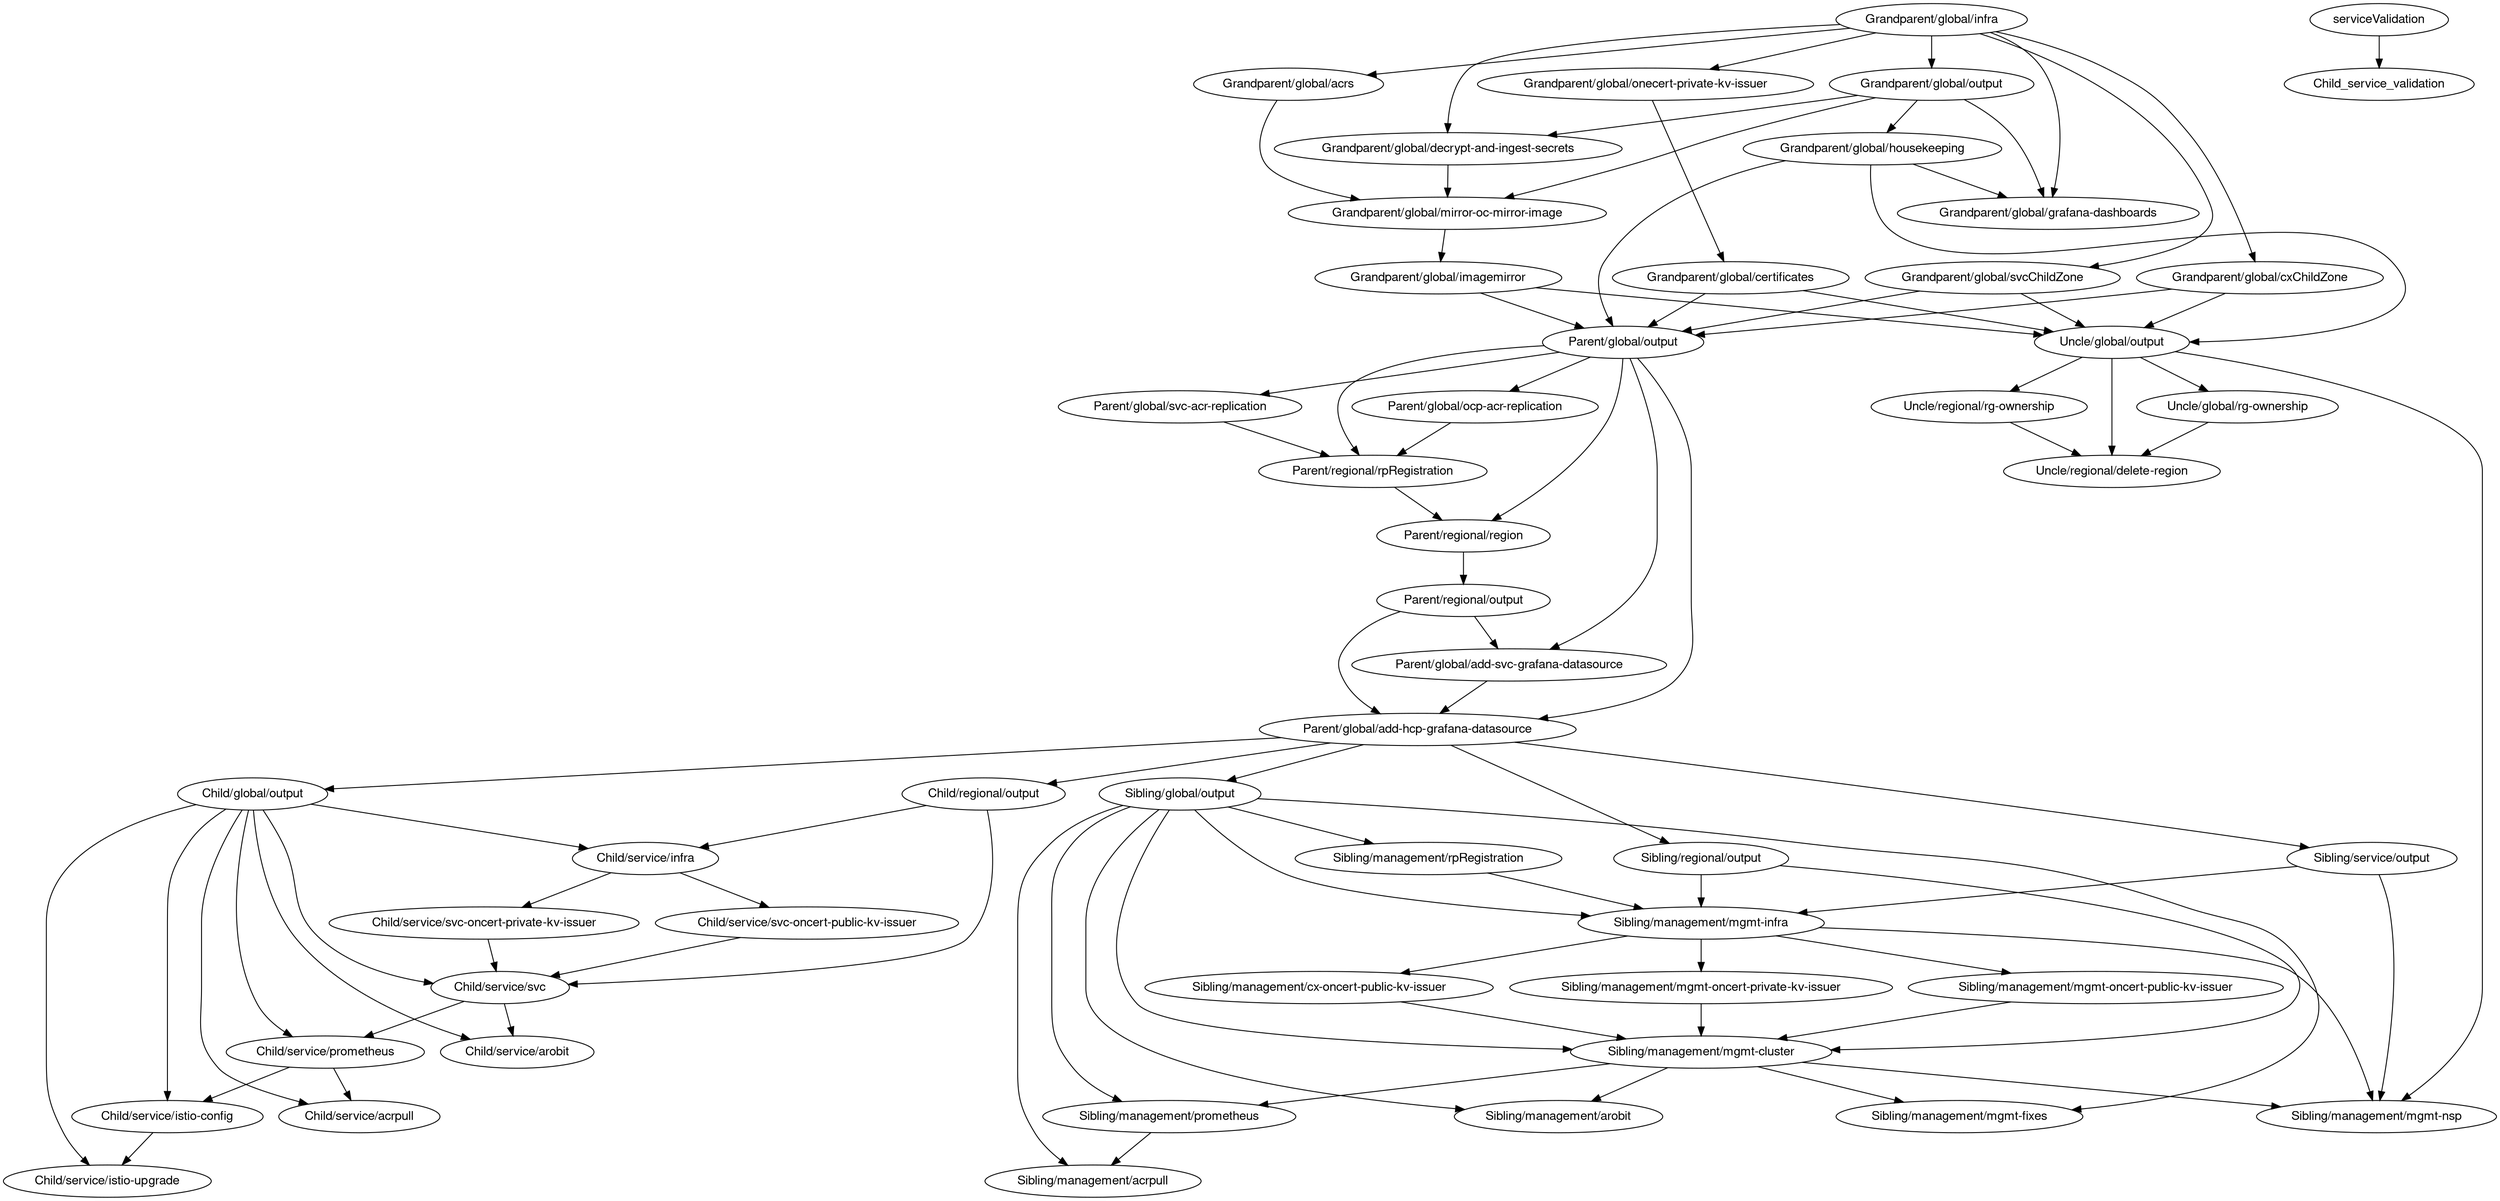
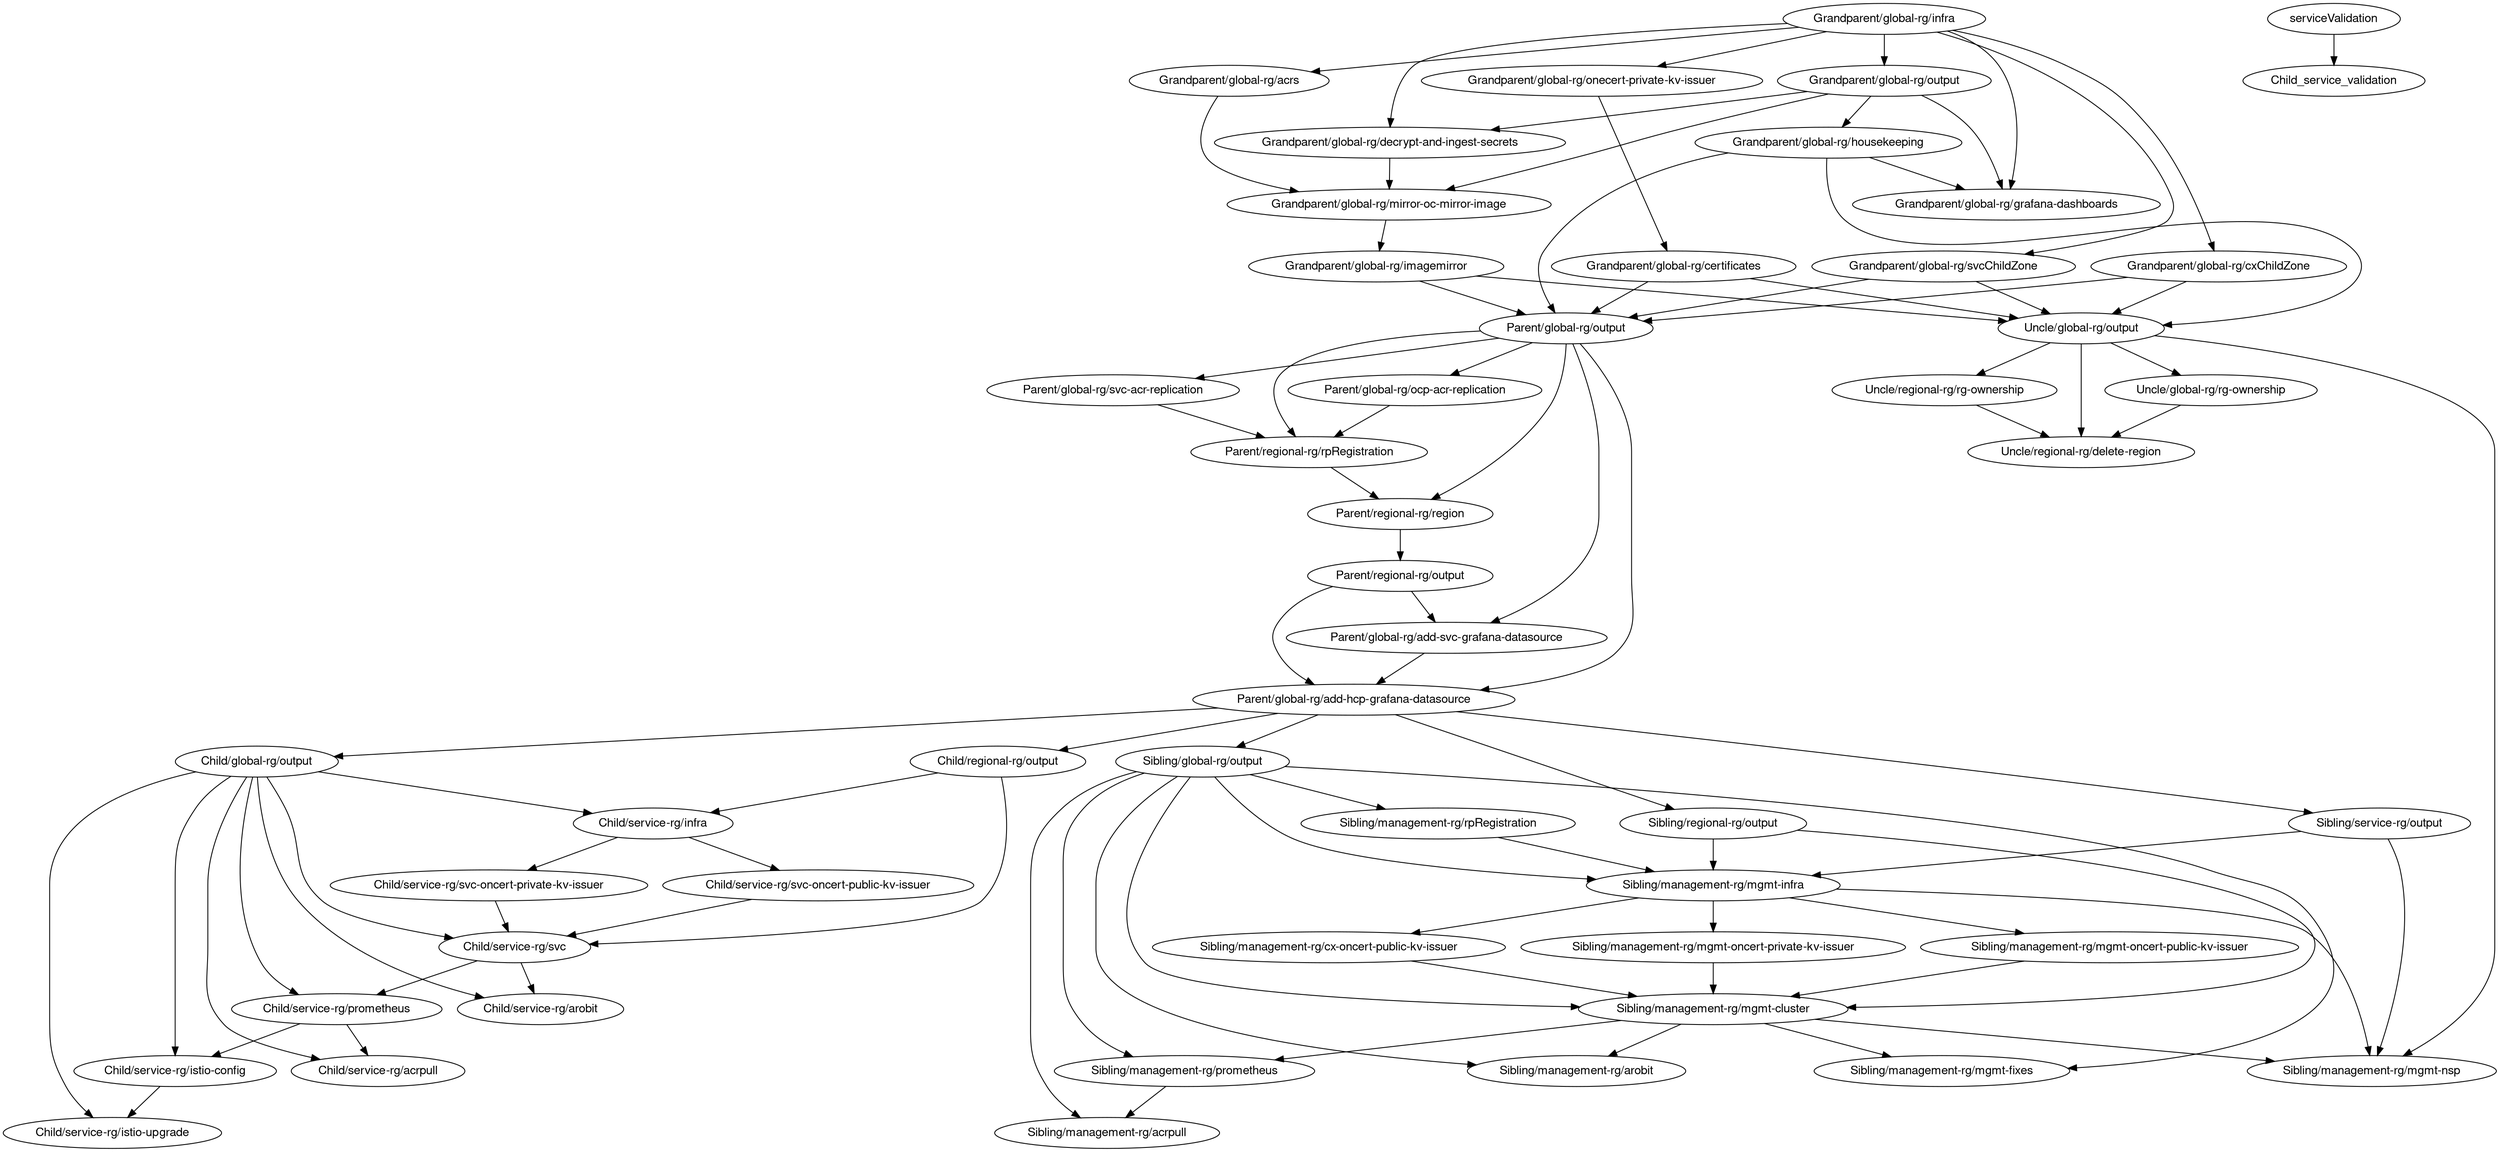
digraph regexp {
 fontname="Helvetica,Arial,sans-serif"
 node [fontname="Helvetica,Arial,sans-serif"]
 edge [fontname="Helvetica,Arial,sans-serif"]
-  "Grandparent_global_acrs" [label="Grandparent/global/acrs"];
+  "Grandparent_global_acrs" [label="Grandparent/global-rg/acrs"];
 "Grandparent_global_acrs" -> "Grandparent_global_mirror-oc-mirror-image";
-  "Grandparent_global_certificates" [label="Grandparent/global/certificates"];
+  "Grandparent_global_certificates" [label="Grandparent/global-rg/certificates"];
 "Grandparent_global_certificates" -> "Parent_global_output";
 "Grandparent_global_certificates" -> "Uncle_global_output";
-  "Grandparent_global_cxChildZone" [label="Grandparent/global/cxChildZone"];
+  "Grandparent_global_cxChildZone" [label="Grandparent/global-rg/cxChildZone"];
 "Grandparent_global_cxChildZone" -> "Parent_global_output";
 "Grandparent_global_cxChildZone" -> "Uncle_global_output";
-  "Grandparent_global_decrypt-and-ingest-secrets" [label="Grandparent/global/decrypt-and-ingest-secrets"];
+  "Grandparent_global_decrypt-and-ingest-secrets" [label="Grandparent/global-rg/decrypt-and-ingest-secrets"];
 "Grandparent_global_decrypt-and-ingest-secrets" -> "Grandparent_global_mirror-oc-mirror-image";
-  "Grandparent_global_grafana-dashboards" [label="Grandparent/global/grafana-dashboards"];
-  "Grandparent_global_housekeeping" [label="Grandparent/global/housekeeping"];
+  "Grandparent_global_grafana-dashboards" [label="Grandparent/global-rg/grafana-dashboards"];
+  "Grandparent_global_housekeeping" [label="Grandparent/global-rg/housekeeping"];
 "Grandparent_global_housekeeping" -> "Grandparent_global_grafana-dashboards";
 "Grandparent_global_housekeeping" -> "Parent_global_output";
 "Grandparent_global_housekeeping" -> "Uncle_global_output";
-  "Grandparent_global_imagemirror" [label="Grandparent/global/imagemirror"];
+  "Grandparent_global_imagemirror" [label="Grandparent/global-rg/imagemirror"];
 "Grandparent_global_imagemirror" -> "Parent_global_output";
 "Grandparent_global_imagemirror" -> "Uncle_global_output";
-  "Grandparent_global_infra" [label="Grandparent/global/infra"];
+  "Grandparent_global_infra" [label="Grandparent/global-rg/infra"];
 "Grandparent_global_infra" -> "Grandparent_global_acrs";
 "Grandparent_global_infra" -> "Grandparent_global_cxChildZone";
 "Grandparent_global_infra" -> "Grandparent_global_decrypt-and-ingest-secrets";
 "Grandparent_global_infra" -> "Grandparent_global_grafana-dashboards";
 "Grandparent_global_infra" -> "Grandparent_global_onecert-private-kv-issuer";
 "Grandparent_global_infra" -> "Grandparent_global_output";
 "Grandparent_global_infra" -> "Grandparent_global_svcChildZone";
-  "Grandparent_global_mirror-oc-mirror-image" [label="Grandparent/global/mirror-oc-mirror-image"];
+  "Grandparent_global_mirror-oc-mirror-image" [label="Grandparent/global-rg/mirror-oc-mirror-image"];
 "Grandparent_global_mirror-oc-mirror-image" -> "Grandparent_global_imagemirror";
-  "Grandparent_global_onecert-private-kv-issuer" [label="Grandparent/global/onecert-private-kv-issuer"];
+  "Grandparent_global_onecert-private-kv-issuer" [label="Grandparent/global-rg/onecert-private-kv-issuer"];
 "Grandparent_global_onecert-private-kv-issuer" -> "Grandparent_global_certificates";
-  "Grandparent_global_output" [label="Grandparent/global/output"];
+  "Grandparent_global_output" [label="Grandparent/global-rg/output"];
 "Grandparent_global_output" -> "Grandparent_global_decrypt-and-ingest-secrets";
 "Grandparent_global_output" -> "Grandparent_global_grafana-dashboards";
 "Grandparent_global_output" -> "Grandparent_global_housekeeping";
 "Grandparent_global_output" -> "Grandparent_global_mirror-oc-mirror-image";
-  "Grandparent_global_svcChildZone" [label="Grandparent/global/svcChildZone"];
+  "Grandparent_global_svcChildZone" [label="Grandparent/global-rg/svcChildZone"];
 "Grandparent_global_svcChildZone" -> "Parent_global_output";
 "Grandparent_global_svcChildZone" -> "Uncle_global_output";
-  "Parent_global_add-hcp-grafana-datasource" [label="Parent/global/add-hcp-grafana-datasource"];
+  "Parent_global_add-hcp-grafana-datasource" [label="Parent/global-rg/add-hcp-grafana-datasource"];
 "Parent_global_add-hcp-grafana-datasource" -> "Child_global_output";
 "Parent_global_add-hcp-grafana-datasource" -> "Child_regional_output";
 "Parent_global_add-hcp-grafana-datasource" -> "Sibling_global_output";
 "Parent_global_add-hcp-grafana-datasource" -> "Sibling_regional_output";
 "Parent_global_add-hcp-grafana-datasource" -> "Sibling_service_output";
-  "Parent_global_add-svc-grafana-datasource" [label="Parent/global/add-svc-grafana-datasource"];
+  "Parent_global_add-svc-grafana-datasource" [label="Parent/global-rg/add-svc-grafana-datasource"];
 "Parent_global_add-svc-grafana-datasource" -> "Parent_global_add-hcp-grafana-datasource";
-  "Parent_global_ocp-acr-replication" [label="Parent/global/ocp-acr-replication"];
+  "Parent_global_ocp-acr-replication" [label="Parent/global-rg/ocp-acr-replication"];
 "Parent_global_ocp-acr-replication" -> "Parent_regional_rpRegistration";
-  "Parent_global_output" [label="Parent/global/output"];
+  "Parent_global_output" [label="Parent/global-rg/output"];
 "Parent_global_output" -> "Parent_global_add-hcp-grafana-datasource";
 "Parent_global_output" -> "Parent_global_add-svc-grafana-datasource";
 "Parent_global_output" -> "Parent_global_ocp-acr-replication";
 "Parent_global_output" -> "Parent_global_svc-acr-replication";
 "Parent_global_output" -> "Parent_regional_region";
 "Parent_global_output" -> "Parent_regional_rpRegistration";
-  "Parent_global_svc-acr-replication" [label="Parent/global/svc-acr-replication"];
+  "Parent_global_svc-acr-replication" [label="Parent/global-rg/svc-acr-replication"];
 "Parent_global_svc-acr-replication" -> "Parent_regional_rpRegistration";
-  "Parent_regional_output" [label="Parent/regional/output"];
+  "Parent_regional_output" [label="Parent/regional-rg/output"];
 "Parent_regional_output" -> "Parent_global_add-hcp-grafana-datasource";
 "Parent_regional_output" -> "Parent_global_add-svc-grafana-datasource";
-  "Parent_regional_region" [label="Parent/regional/region"];
+  "Parent_regional_region" [label="Parent/regional-rg/region"];
 "Parent_regional_region" -> "Parent_regional_output";
-  "Parent_regional_rpRegistration" [label="Parent/regional/rpRegistration"];
+  "Parent_regional_rpRegistration" [label="Parent/regional-rg/rpRegistration"];
 "Parent_regional_rpRegistration" -> "Parent_regional_region";
-  "Child_global_output" [label="Child/global/output"];
+  "Child_global_output" [label="Child/global-rg/output"];
 "Child_global_output" -> "Child_service_acrpull";
 "Child_global_output" -> "Child_service_arobit";
 "Child_global_output" -> "Child_service_infra";
 "Child_global_output" -> "Child_service_istio-config";
 "Child_global_output" -> "Child_service_istio-upgrade";
 "Child_global_output" -> "Child_service_prometheus";
 "Child_global_output" -> "Child_service_svc";
-  "Child_regional_output" [label="Child/regional/output"];
+  "Child_regional_output" [label="Child/regional-rg/output"];
 "Child_regional_output" -> "Child_service_infra";
 "Child_regional_output" -> "Child_service_svc";
-  "Child_service_acrpull" [label="Child/service/acrpull"];
-  "Child_service_arobit" [label="Child/service/arobit"];
-  "Child_service_infra" [label="Child/service/infra"];
+  "Child_service_acrpull" [label="Child/service-rg/acrpull"];
+  "Child_service_arobit" [label="Child/service-rg/arobit"];
+  "Child_service_infra" [label="Child/service-rg/infra"];
 "Child_service_infra" -> "Child_service_svc-oncert-private-kv-issuer";
 "Child_service_infra" -> "Child_service_svc-oncert-public-kv-issuer";
-  "Child_service_istio-config" [label="Child/service/istio-config"];
+  "Child_service_istio-config" [label="Child/service-rg/istio-config"];
 "Child_service_istio-config" -> "Child_service_istio-upgrade";
-  "Child_service_istio-upgrade" [label="Child/service/istio-upgrade"];
-  "Child_service_prometheus" [label="Child/service/prometheus"];
+  "Child_service_istio-upgrade" [label="Child/service-rg/istio-upgrade"];
+  "Child_service_prometheus" [label="Child/service-rg/prometheus"];
 "Child_service_prometheus" -> "Child_service_acrpull";
 "Child_service_prometheus" -> "Child_service_istio-config";
-  "Child_service_svc" [label="Child/service/svc"];
+  "Child_service_svc" [label="Child/service-rg/svc"];
 "Child_service_svc" -> "Child_service_arobit";
 "Child_service_svc" -> "Child_service_prometheus";
-  "Child_service_svc-oncert-private-kv-issuer" [label="Child/service/svc-oncert-private-kv-issuer"];
+  "Child_service_svc-oncert-private-kv-issuer" [label="Child/service-rg/svc-oncert-private-kv-issuer"];
 "Child_service_svc-oncert-private-kv-issuer" -> "Child_service_svc";
-  "Child_service_svc-oncert-public-kv-issuer" [label="Child/service/svc-oncert-public-kv-issuer"];
+  "Child_service_svc-oncert-public-kv-issuer" [label="Child/service-rg/svc-oncert-public-kv-issuer"];
 "Child_service_svc-oncert-public-kv-issuer" -> "Child_service_svc";
-  "Sibling_global_output" [label="Sibling/global/output"];
+  "Sibling_global_output" [label="Sibling/global-rg/output"];
 "Sibling_global_output" -> "Sibling_management_acrpull";
 "Sibling_global_output" -> "Sibling_management_arobit";
 "Sibling_global_output" -> "Sibling_management_mgmt-cluster";
 "Sibling_global_output" -> "Sibling_management_mgmt-fixes";
 "Sibling_global_output" -> "Sibling_management_mgmt-infra";
 "Sibling_global_output" -> "Sibling_management_prometheus";
 "Sibling_global_output" -> "Sibling_management_rpRegistration";
-  "Sibling_management_acrpull" [label="Sibling/management/acrpull"];
-  "Sibling_management_arobit" [label="Sibling/management/arobit"];
-  "Sibling_management_cx-oncert-public-kv-issuer" [label="Sibling/management/cx-oncert-public-kv-issuer"];
+  "Sibling_management_acrpull" [label="Sibling/management-rg/acrpull"];
+  "Sibling_management_arobit" [label="Sibling/management-rg/arobit"];
+  "Sibling_management_cx-oncert-public-kv-issuer" [label="Sibling/management-rg/cx-oncert-public-kv-issuer"];
 "Sibling_management_cx-oncert-public-kv-issuer" -> "Sibling_management_mgmt-cluster";
-  "Sibling_management_mgmt-cluster" [label="Sibling/management/mgmt-cluster"];
+  "Sibling_management_mgmt-cluster" [label="Sibling/management-rg/mgmt-cluster"];
 "Sibling_management_mgmt-cluster" -> "Sibling_management_arobit";
 "Sibling_management_mgmt-cluster" -> "Sibling_management_mgmt-fixes";
 "Sibling_management_mgmt-cluster" -> "Sibling_management_mgmt-nsp";
 "Sibling_management_mgmt-cluster" -> "Sibling_management_prometheus";
-  "Sibling_management_mgmt-fixes" [label="Sibling/management/mgmt-fixes"];
-  "Sibling_management_mgmt-infra" [label="Sibling/management/mgmt-infra"];
+  "Sibling_management_mgmt-fixes" [label="Sibling/management-rg/mgmt-fixes"];
+  "Sibling_management_mgmt-infra" [label="Sibling/management-rg/mgmt-infra"];
 "Sibling_management_mgmt-infra" -> "Sibling_management_cx-oncert-public-kv-issuer";
 "Sibling_management_mgmt-infra" -> "Sibling_management_mgmt-nsp";
 "Sibling_management_mgmt-infra" -> "Sibling_management_mgmt-oncert-private-kv-issuer";
 "Sibling_management_mgmt-infra" -> "Sibling_management_mgmt-oncert-public-kv-issuer";
-  "Sibling_management_mgmt-nsp" [label="Sibling/management/mgmt-nsp"];
-  "Sibling_management_mgmt-oncert-private-kv-issuer" [label="Sibling/management/mgmt-oncert-private-kv-issuer"];
+  "Sibling_management_mgmt-nsp" [label="Sibling/management-rg/mgmt-nsp"];
+  "Sibling_management_mgmt-oncert-private-kv-issuer" [label="Sibling/management-rg/mgmt-oncert-private-kv-issuer"];
 "Sibling_management_mgmt-oncert-private-kv-issuer" -> "Sibling_management_mgmt-cluster";
-  "Sibling_management_mgmt-oncert-public-kv-issuer" [label="Sibling/management/mgmt-oncert-public-kv-issuer"];
+  "Sibling_management_mgmt-oncert-public-kv-issuer" [label="Sibling/management-rg/mgmt-oncert-public-kv-issuer"];
 "Sibling_management_mgmt-oncert-public-kv-issuer" -> "Sibling_management_mgmt-cluster";
-  "Sibling_management_prometheus" [label="Sibling/management/prometheus"];
+  "Sibling_management_prometheus" [label="Sibling/management-rg/prometheus"];
 "Sibling_management_prometheus" -> "Sibling_management_acrpull";
-  "Sibling_management_rpRegistration" [label="Sibling/management/rpRegistration"];
+  "Sibling_management_rpRegistration" [label="Sibling/management-rg/rpRegistration"];
 "Sibling_management_rpRegistration" -> "Sibling_management_mgmt-infra";
-  "Sibling_regional_output" [label="Sibling/regional/output"];
+  "Sibling_regional_output" [label="Sibling/regional-rg/output"];
 "Sibling_regional_output" -> "Sibling_management_mgmt-cluster";
 "Sibling_regional_output" -> "Sibling_management_mgmt-infra";
-  "Sibling_service_output" [label="Sibling/service/output"];
+  "Sibling_service_output" [label="Sibling/service-rg/output"];
 "Sibling_service_output" -> "Sibling_management_mgmt-infra";
 "Sibling_service_output" -> "Sibling_management_mgmt-nsp";
-  "Uncle_global_output" [label="Uncle/global/output"];
+  "Uncle_global_output" [label="Uncle/global-rg/output"];
 "Uncle_global_output" -> "Sibling_management_mgmt-nsp";
 "Uncle_global_output" -> "Uncle_global_rg-ownership";
 "Uncle_global_output" -> "Uncle_regional_delete-region";
 "Uncle_global_output" -> "Uncle_regional_rg-ownership";
-  "Uncle_global_rg-ownership" [label="Uncle/global/rg-ownership"];
+  "Uncle_global_rg-ownership" [label="Uncle/global-rg/rg-ownership"];
 "Uncle_global_rg-ownership" -> "Uncle_regional_delete-region";
-  "Uncle_regional_delete-region" [label="Uncle/regional/delete-region"];
-  "Uncle_regional_rg-ownership" [label="Uncle/regional/rg-ownership"];
+  "Uncle_regional_delete-region" [label="Uncle/regional-rg/delete-region"];
+  "Uncle_regional_rg-ownership" [label="Uncle/regional-rg/rg-ownership"];
 "Uncle_regional_rg-ownership" -> "Uncle_regional_delete-region";
 "serviceValidation" -> "Child_service_validation";
}